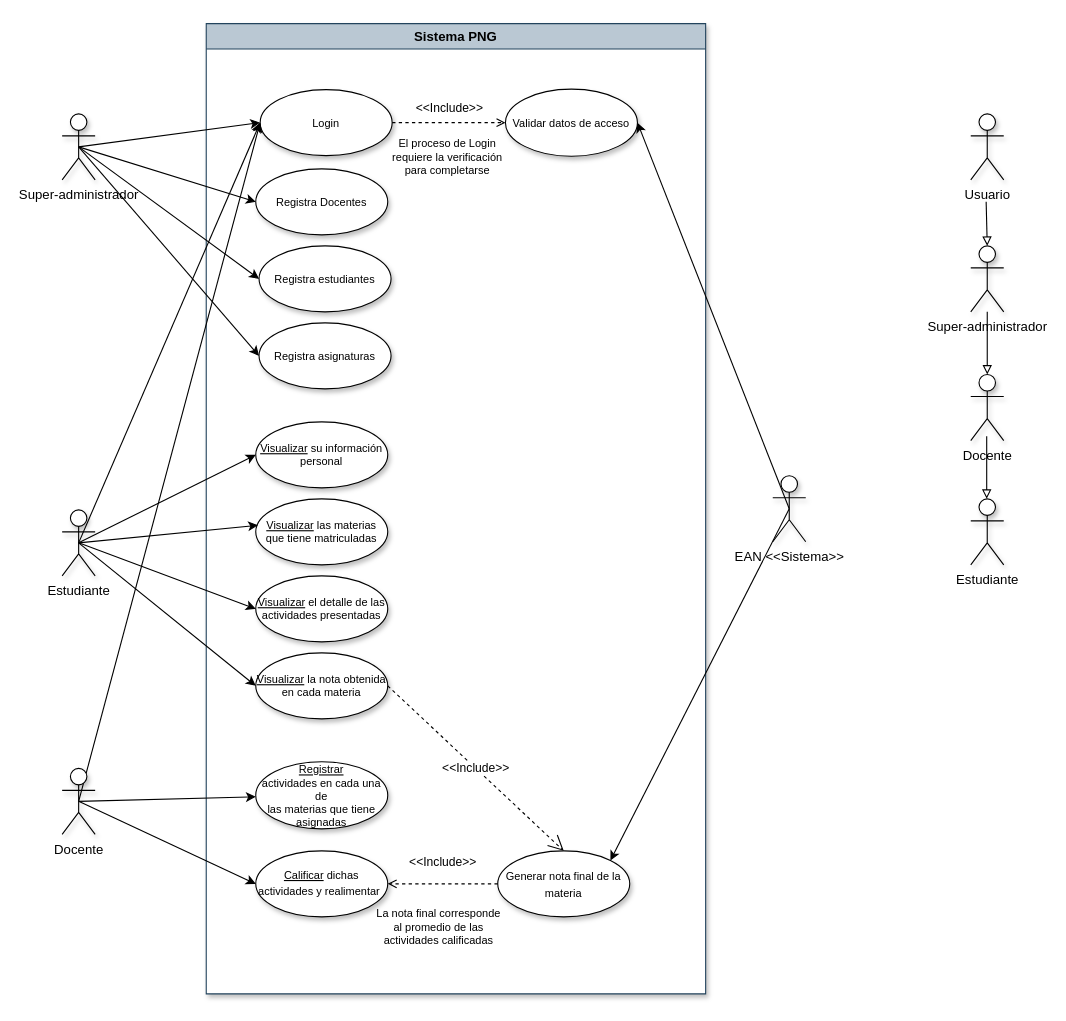
This is page "CDU V3" (4 of 4) of Diagramas.drawio from Illidgec/Proyectos-TIC, a draw.io file, before an edit. Source tidied: cells renumbered, new cells numbered last; positions are measured from the earlier drawing's top-left corner, leaving out a move shared by most shapes. Both pictures are drawn from the tidied source at 110%, with x=0, y=0 at pixel (62, 23).
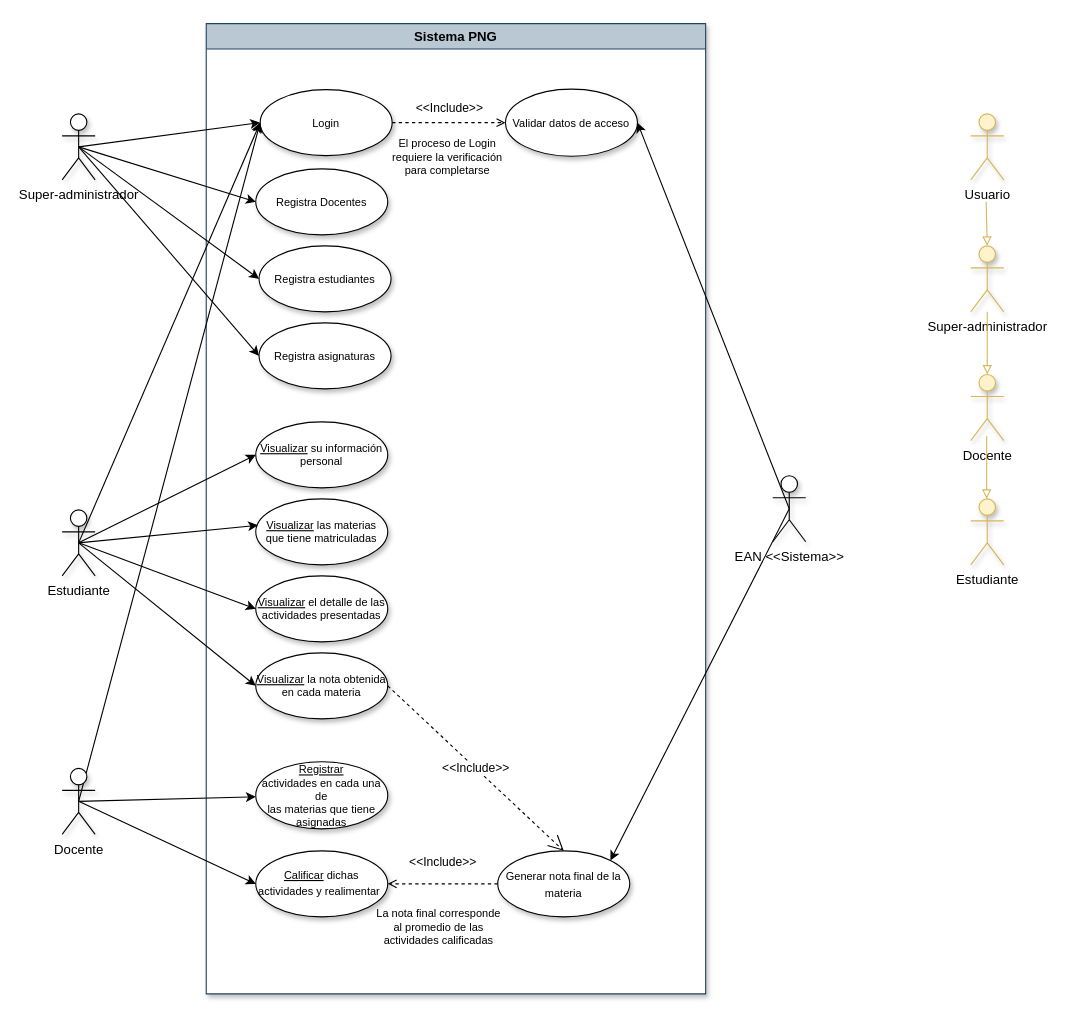
The same page after the edit.

Diff of the diagram source:
```diff
@@
-    <mxCell id="38" value="Estudiante" style="shape=umlActor;verticalLabelPosition=bottom;verticalAlign=top;html=1;shadow=1;glass=0;sketch=0;gradientColor=#ffffff;" parent="1" vertex="1">
+    <mxCell id="38" value="Estudiante" style="shape=umlActor;verticalLabelPosition=bottom;verticalAlign=top;html=1;shadow=1;glass=0;sketch=0;fillColor=#fff2cc;strokeColor=#d6b656;" parent="1" vertex="1">
       <mxGeometry x="826" y="432" width="30" height="60" as="geometry" />
     </mxCell>
-    <mxCell id="39" value="Docente" style="shape=umlActor;verticalLabelPosition=bottom;verticalAlign=top;html=1;shadow=1;glass=0;sketch=0;gradientColor=#ffffff;" parent="1" vertex="1">
+    <mxCell id="39" value="Docente" style="shape=umlActor;verticalLabelPosition=bottom;verticalAlign=top;html=1;shadow=1;glass=0;sketch=0;fillColor=#fff2cc;strokeColor=#d6b656;" parent="1" vertex="1">
       <mxGeometry x="826" y="319" width="30" height="60" as="geometry" />
     </mxCell>
-    <mxCell id="40" value="Usuario" style="shape=umlActor;verticalLabelPosition=bottom;verticalAlign=top;html=1;shadow=1;glass=0;sketch=0;gradientColor=#ffffff;strokeColor=default;" parent="1" vertex="1">
+    <mxCell id="40" value="Usuario" style="shape=umlActor;verticalLabelPosition=bottom;verticalAlign=top;html=1;shadow=1;glass=0;sketch=0;strokeColor=#d6b656;fillColor=#fff2cc;" parent="1" vertex="1">
       <mxGeometry x="826" y="82" width="30" height="60" as="geometry" />
     </mxCell>
-    <mxCell id="41" style="endArrow=block;html=1;fontSize=10;endFill=0;entryX=0.5;entryY=0;entryDx=0;entryDy=0;entryPerimeter=0;" parent="1" edge="1" target="42">
+    <mxCell id="41" style="endArrow=block;html=1;fontSize=10;endFill=0;entryX=0.5;entryY=0;entryDx=0;entryDy=0;entryPerimeter=0;fillColor=#fff2cc;strokeColor=#d6b656;" parent="1" edge="1" target="42">
       <mxGeometry relative="1" as="geometry">
         <mxPoint x="840" y="162" as="sourcePoint" />
       </mxGeometry>
     </mxCell>
-    <mxCell id="42" value="Super-administrador" style="shape=umlActor;verticalLabelPosition=bottom;verticalAlign=top;html=1;shadow=1;glass=0;sketch=0;gradientColor=#ffffff;strokeColor=default;" parent="1" vertex="1">
+    <mxCell id="42" value="Super-administrador" style="shape=umlActor;verticalLabelPosition=bottom;verticalAlign=top;html=1;shadow=1;glass=0;sketch=0;strokeColor=#d6b656;fillColor=#fff2cc;" parent="1" vertex="1">
       <mxGeometry x="826" y="202" width="30" height="60" as="geometry" />
     </mxCell>
-    <mxCell id="43" style="endArrow=block;html=1;fontSize=10;endFill=0;entryX=0.5;entryY=0;entryDx=0;entryDy=0;entryPerimeter=0;" parent="1" edge="1" source="42" target="39">
+    <mxCell id="43" style="endArrow=block;html=1;fontSize=10;endFill=0;entryX=0.5;entryY=0;entryDx=0;entryDy=0;entryPerimeter=0;fillColor=#fff2cc;strokeColor=#d6b656;" parent="1" edge="1" source="42" target="39">
       <mxGeometry relative="1" as="geometry" />
     </mxCell>
-    <mxCell id="44" style="endArrow=block;html=1;fontSize=10;endFill=0;entryX=0.5;entryY=0;entryDx=0;entryDy=0;entryPerimeter=0;" parent="1" edge="1">
+    <mxCell id="44" style="endArrow=block;html=1;fontSize=10;endFill=0;entryX=0.5;entryY=0;entryDx=0;entryDy=0;entryPerimeter=0;fillColor=#fff2cc;strokeColor=#d6b656;" parent="1" edge="1">
       <mxGeometry relative="1" as="geometry">
         <mxPoint x="840.5" y="375" as="sourcePoint" />
         <mxPoint x="840.5" y="432" as="targetPoint" />
       </mxGeometry>
     </mxCell>
```
